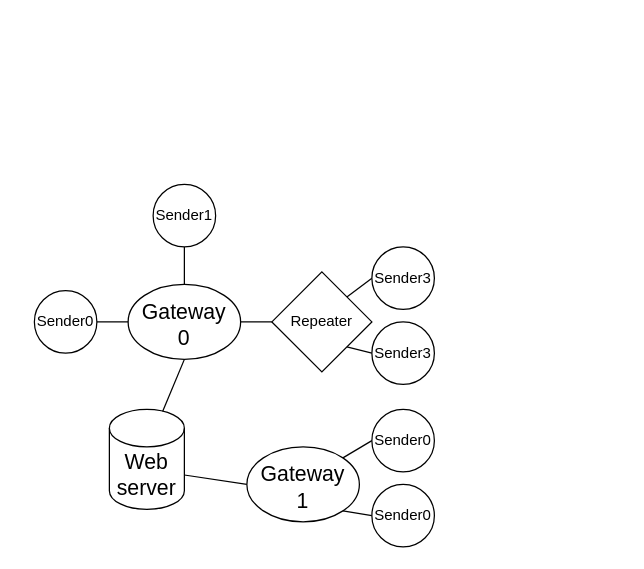
Earlier version of the draw.io diagram uml/network_topology.drawio (giulpig/tesi). Source tidied: cells renumbered, new cells numbered last; positions are measured from the earlier drawing's top-left corner, leaving out a move shared by most shapes. Both pictures are drawn from the tidied source at 125%, with x=0, y=0 at pixel (34, 184).
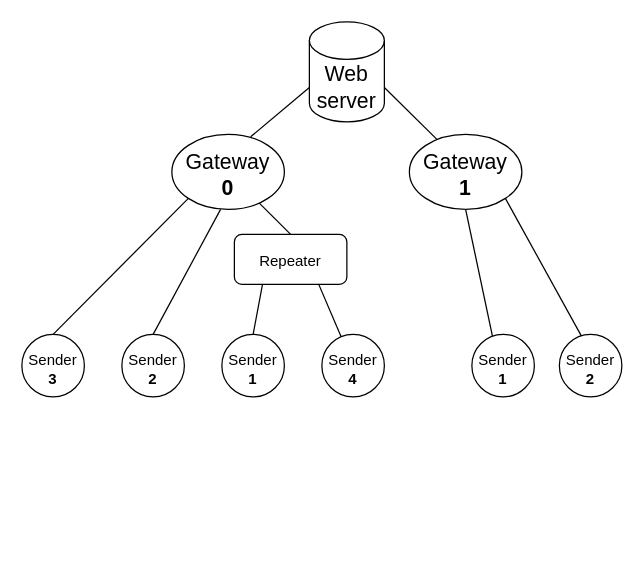
After the change.

The edit, as a diff of the source:
```diff
@@
-    <mxCell id="2" style="edgeStyle=orthogonalEdgeStyle;rounded=0;jettySize=auto;html=1;strokeColor=default;endArrow=none;endFill=0;" parent="1" edge="1" source="4" target="13">
+    <mxCell id="2" style="rounded=0;jettySize=auto;html=1;endArrow=none;endFill=0;entryX=0.5;entryY=0;entryDx=0;entryDy=0;" parent="1" edge="1" source="4" target="13">
       <mxGeometry relative="1" as="geometry" />
     </mxCell>
-    <mxCell id="3" style="rounded=0;jettySize=auto;html=1;exitX=0.5;exitY=1;exitDx=0;exitDy=0;entryX=0.7;entryY=0.038;entryDx=0;entryDy=0;entryPerimeter=0;endArrow=none;endFill=0;" parent="1" edge="1" source="4" target="14">
+    <mxCell id="3" style="rounded=0;jettySize=auto;html=1;exitX=0.7;exitY=0.033;exitDx=0;exitDy=0;entryX=0;entryY=0;entryDx=0;entryDy=52.5;entryPerimeter=0;endArrow=none;endFill=0;exitPerimeter=0;" parent="1" edge="1" source="4" target="14">
       <mxGeometry relative="1" as="geometry" />
     </mxCell>
-    <mxCell id="4" value="&lt;div style=&quot;font-size: 17px;&quot;&gt;&lt;font style=&quot;font-size: 17px;&quot;&gt;Gateway&lt;/font&gt;&lt;/div&gt;&lt;div style=&quot;font-size: 17px;&quot;&gt;&lt;font style=&quot;font-size: 17px;&quot;&gt;0&lt;br style=&quot;font-size: 17px;&quot;&gt;&lt;/font&gt;&lt;/div&gt;" style="ellipse;whiteSpace=wrap;html=1;fontSize=17;spacingTop=5;" parent="1" vertex="1">
-      <mxGeometry x="75" y="80" width="90" height="60" as="geometry" />
+    <mxCell id="4" value="&lt;div style=&quot;font-size: 17px;&quot;&gt;&lt;font style=&quot;font-size: 17px;&quot;&gt;Gateway&lt;/font&gt;&lt;/div&gt;&lt;div style=&quot;font-size: 17px;&quot;&gt;&lt;font style=&quot;font-size: 17px;&quot;&gt;&lt;b&gt;0&lt;br style=&quot;font-size: 17px;&quot;&gt;&lt;/b&gt;&lt;/font&gt;&lt;/div&gt;" style="ellipse;whiteSpace=wrap;html=1;fontSize=17;spacingTop=5;" parent="1" vertex="1">
+      <mxGeometry x="110" y="-40" width="90" height="60" as="geometry" />
     </mxCell>
-    <mxCell id="5" style="edgeStyle=orthogonalEdgeStyle;rounded=0;jettySize=auto;html=1;exitX=1;exitY=0.5;exitDx=0;exitDy=0;entryX=0;entryY=0.5;entryDx=0;entryDy=0;endArrow=none;endFill=0;" parent="1" edge="1" source="6" target="4">
+    <mxCell id="5" style="rounded=0;jettySize=auto;html=1;exitX=0.5;exitY=0;exitDx=0;exitDy=0;entryX=0;entryY=1;entryDx=0;entryDy=0;endArrow=none;endFill=0;" parent="1" edge="1" source="6" target="4">
       <mxGeometry relative="1" as="geometry" />
     </mxCell>
-    <mxCell id="6" value="Sender0" style="ellipse;whiteSpace=wrap;html=1;" parent="1" vertex="1">
-      <mxGeometry y="85" width="50" height="50" as="geometry" />
+    <mxCell id="6" value="&lt;div&gt;Sender&lt;/div&gt;&lt;div&gt;&lt;b&gt;3&lt;/b&gt;&lt;br&gt;&lt;/div&gt;" style="ellipse;whiteSpace=wrap;html=1;strokeColor=default;spacingTop=6;" parent="1" vertex="1">
+      <mxGeometry x="-10" y="120" width="50" height="50" as="geometry" />
     </mxCell>
-    <mxCell id="7" style="edgeStyle=orthogonalEdgeStyle;rounded=0;jettySize=auto;html=1;exitX=0.5;exitY=1;exitDx=0;exitDy=0;entryX=0.5;entryY=0;entryDx=0;entryDy=0;endArrow=none;endFill=0;" parent="1" edge="1" source="8" target="4">
+    <mxCell id="7" style="rounded=0;jettySize=auto;html=1;exitX=0.5;exitY=0;exitDx=0;exitDy=0;entryX=0.433;entryY=1;entryDx=0;entryDy=0;entryPerimeter=0;endArrow=none;endFill=0;" parent="1" edge="1" source="8" target="4">
       <mxGeometry relative="1" as="geometry" />
     </mxCell>
-    <mxCell id="8" value="Sender1" style="ellipse;whiteSpace=wrap;html=1;" parent="1" vertex="1">
-      <mxGeometry x="95" width="50" height="50" as="geometry" />
+    <mxCell id="8" value="Sender &lt;b&gt;2&lt;/b&gt;" style="ellipse;whiteSpace=wrap;html=1;spacingTop=6;" parent="1" vertex="1">
+      <mxGeometry x="70" y="120" width="50" height="50" as="geometry" />
     </mxCell>
-    <mxCell id="9" style="rounded=0;jettySize=auto;html=1;exitX=0;exitY=0.5;exitDx=0;exitDy=0;entryX=1;entryY=0;entryDx=0;entryDy=0;endArrow=none;endFill=0;" parent="1" edge="1" source="10" target="13">
-      <mxGeometry relative="1" as="geometry" />
-    </mxCell>
-    <mxCell id="10" value="Sender3" style="ellipse;whiteSpace=wrap;html=1;" parent="1" vertex="1">
-      <mxGeometry x="270" y="50" width="50" height="50" as="geometry" />
+    <mxCell id="10" value="Sender &lt;b&gt;4&lt;/b&gt;" style="ellipse;whiteSpace=wrap;html=1;spacingTop=6;" parent="1" vertex="1">
+      <mxGeometry x="230" y="120" width="50" height="50" as="geometry" />
     </mxCell>
-    <mxCell id="11" style="rounded=0;jettySize=auto;html=1;exitX=0;exitY=0.5;exitDx=0;exitDy=0;entryX=1;entryY=1;entryDx=0;entryDy=0;endArrow=none;endFill=0;" parent="1" edge="1" source="12" target="13">
-      <mxGeometry relative="1" as="geometry" />
-    </mxCell>
-    <mxCell id="12" value="Sender3" style="ellipse;whiteSpace=wrap;html=1;" parent="1" vertex="1">
-      <mxGeometry x="270" y="110" width="50" height="50" as="geometry" />
+    <mxCell id="12" value="&lt;div&gt;Sender &lt;b&gt;1&lt;/b&gt;&lt;/div&gt;" style="ellipse;whiteSpace=wrap;html=1;spacingTop=6;" parent="1" vertex="1">
+      <mxGeometry x="150" y="120" width="50" height="50" as="geometry" />
     </mxCell>
+    <mxCell id="21" style="rounded=0;jettySize=auto;html=1;exitX=0.25;exitY=1;exitDx=0;exitDy=0;entryX=0.5;entryY=0;entryDx=0;entryDy=0;endArrow=none;endFill=0;" parent="1" edge="1" source="13" target="12">
+      <mxGeometry relative="1" as="geometry" />
+    </mxCell>
+    <mxCell id="22" style="rounded=0;jettySize=auto;html=1;exitX=0.75;exitY=1;exitDx=0;exitDy=0;endArrow=none;endFill=0;" parent="1" edge="1" source="13" target="10">
+      <mxGeometry relative="1" as="geometry" />
+    </mxCell>
+    <mxCell id="23" style="rounded=0;jettySize=auto;html=1;exitX=1;exitY=0;exitDx=0;exitDy=52.5;exitPerimeter=0;entryX=0.256;entryY=0.083;entryDx=0;entryDy=0;entryPerimeter=0;endArrow=none;endFill=0;" parent="1" edge="1" source="14" target="16">
+      <mxGeometry relative="1" as="geometry" />
+    </mxCell>
+    <mxCell id="14" value="Web server" style="shape=cylinder3;whiteSpace=wrap;html=1;boundedLbl=1;backgroundOutline=1;size=15;fontSize=17;" parent="1" vertex="1">
+      <mxGeometry x="220" y="-130" width="60" height="80" as="geometry" />
+    </mxCell>
+    <mxCell id="24" style="rounded=0;jettySize=auto;html=1;exitX=0.5;exitY=1;exitDx=0;exitDy=0;entryX=0.34;entryY=0.08;entryDx=0;entryDy=0;entryPerimeter=0;endArrow=none;endFill=0;" parent="1" edge="1" source="16" target="20">
+      <mxGeometry relative="1" as="geometry" />
+    </mxCell>
+    <mxCell id="25" style="rounded=0;jettySize=auto;html=1;exitX=1;exitY=1;exitDx=0;exitDy=0;entryX=0.36;entryY=0.04;entryDx=0;entryDy=0;entryPerimeter=0;endArrow=none;endFill=0;" parent="1" edge="1" source="16" target="18">
+      <mxGeometry relative="1" as="geometry" />
+    </mxCell>
+    <mxCell id="16" value="&lt;div style=&quot;font-size: 17px;&quot;&gt;&lt;font style=&quot;font-size: 17px;&quot;&gt;Gateway&lt;/font&gt;&lt;/div&gt;&lt;div style=&quot;font-size: 17px;&quot;&gt;&lt;b&gt;1&lt;/b&gt;&lt;br&gt;&lt;/div&gt;" style="ellipse;whiteSpace=wrap;html=1;fontSize=17;spacingTop=5;" parent="1" vertex="1">
+      <mxGeometry x="300" y="-40" width="90" height="60" as="geometry" />
+    </mxCell>
+    <mxCell id="18" value="&lt;div&gt;Sender &lt;b&gt;2&lt;/b&gt;&lt;br&gt;&lt;/div&gt;" style="ellipse;whiteSpace=wrap;html=1;spacingTop=6;" parent="1" vertex="1">
+      <mxGeometry x="420" y="120" width="50" height="50" as="geometry" />
+    </mxCell>
+    <mxCell id="20" value="Sender &lt;b&gt;1&lt;/b&gt;" style="ellipse;whiteSpace=wrap;html=1;spacingTop=6;" parent="1" vertex="1">
+      <mxGeometry x="350" y="120" width="50" height="50" as="geometry" />
+    </mxCell>
-    <mxCell id="13" value="Repeater" style="rhombus;whiteSpace=wrap;html=1;" parent="1" vertex="1">
-      <mxGeometry x="190" y="70" width="80" height="80" as="geometry" />
+    <mxCell id="13" value="&lt;div&gt;Repeater&lt;/div&gt;" style="rounded=1;whiteSpace=wrap;html=1;spacingTop=3;" parent="1" vertex="1">
+      <mxGeometry x="160" y="40" width="90" height="40" as="geometry" />
     </mxCell>
-    <mxCell id="14" value="Web server" style="shape=cylinder3;whiteSpace=wrap;html=1;boundedLbl=1;backgroundOutline=1;size=15;fontSize=17;" parent="1" vertex="1">
-      <mxGeometry x="60" y="180" width="60" height="80" as="geometry" />
-    </mxCell>
-    <mxCell id="15" style="rounded=0;jettySize=auto;html=1;exitX=0;exitY=0.5;exitDx=0;exitDy=0;entryX=1;entryY=0;entryDx=0;entryDy=52.5;entryPerimeter=0;endArrow=none;endFill=0;" parent="1" edge="1" source="16" target="14">
-      <mxGeometry relative="1" as="geometry" />
-    </mxCell>
-    <mxCell id="16" value="&lt;div style=&quot;font-size: 17px;&quot;&gt;&lt;font style=&quot;font-size: 17px;&quot;&gt;Gateway&lt;/font&gt;&lt;/div&gt;&lt;div style=&quot;font-size: 17px;&quot;&gt;1&lt;br&gt;&lt;/div&gt;" style="ellipse;whiteSpace=wrap;html=1;fontSize=17;spacingTop=5;" parent="1" vertex="1">
-      <mxGeometry x="170" y="210" width="90" height="60" as="geometry" />
-    </mxCell>
-    <mxCell id="17" style="rounded=0;jettySize=auto;html=1;exitX=0;exitY=0.5;exitDx=0;exitDy=0;entryX=1;entryY=0;entryDx=0;entryDy=0;endArrow=none;endFill=0;" parent="1" edge="1" source="18" target="16">
-      <mxGeometry relative="1" as="geometry" />
-    </mxCell>
-    <mxCell id="18" value="Sender0" style="ellipse;whiteSpace=wrap;html=1;" parent="1" vertex="1">
-      <mxGeometry x="270" y="180" width="50" height="50" as="geometry" />
-    </mxCell>
-    <mxCell id="19" style="rounded=0;jettySize=auto;html=1;exitX=0;exitY=0.5;exitDx=0;exitDy=0;entryX=1;entryY=1;entryDx=0;entryDy=0;endArrow=none;endFill=0;" parent="1" edge="1" source="20" target="16">
-      <mxGeometry relative="1" as="geometry" />
-    </mxCell>
-    <mxCell id="20" value="Sender0" style="ellipse;whiteSpace=wrap;html=1;" parent="1" vertex="1">
-      <mxGeometry x="270" y="240" width="50" height="50" as="geometry" />
-    </mxCell>
```
